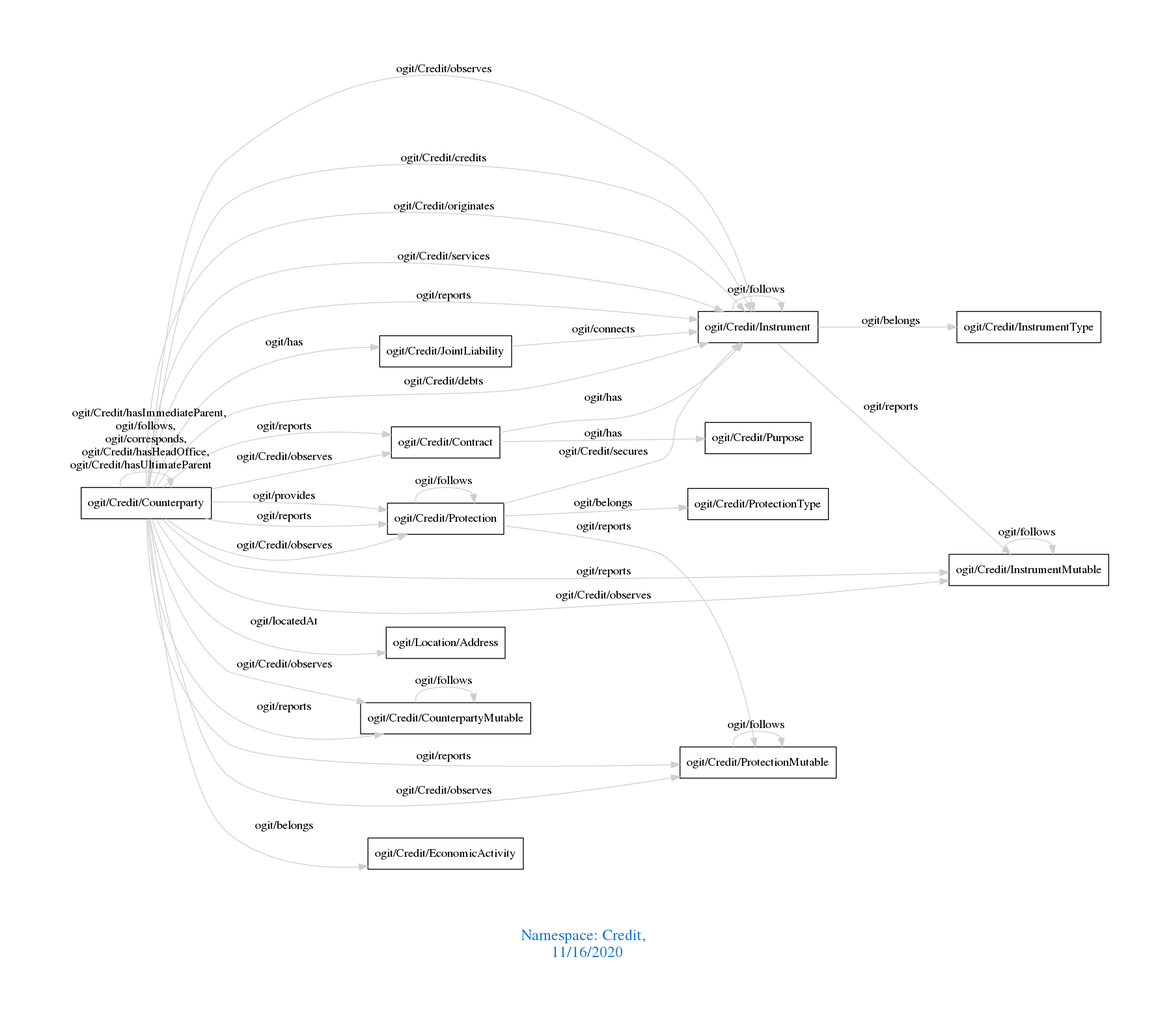
Earlier version of the Graphviz export downloads/Credit.png (arago/OGIT). Its source is kept beside it as downloads/Credit.dot.
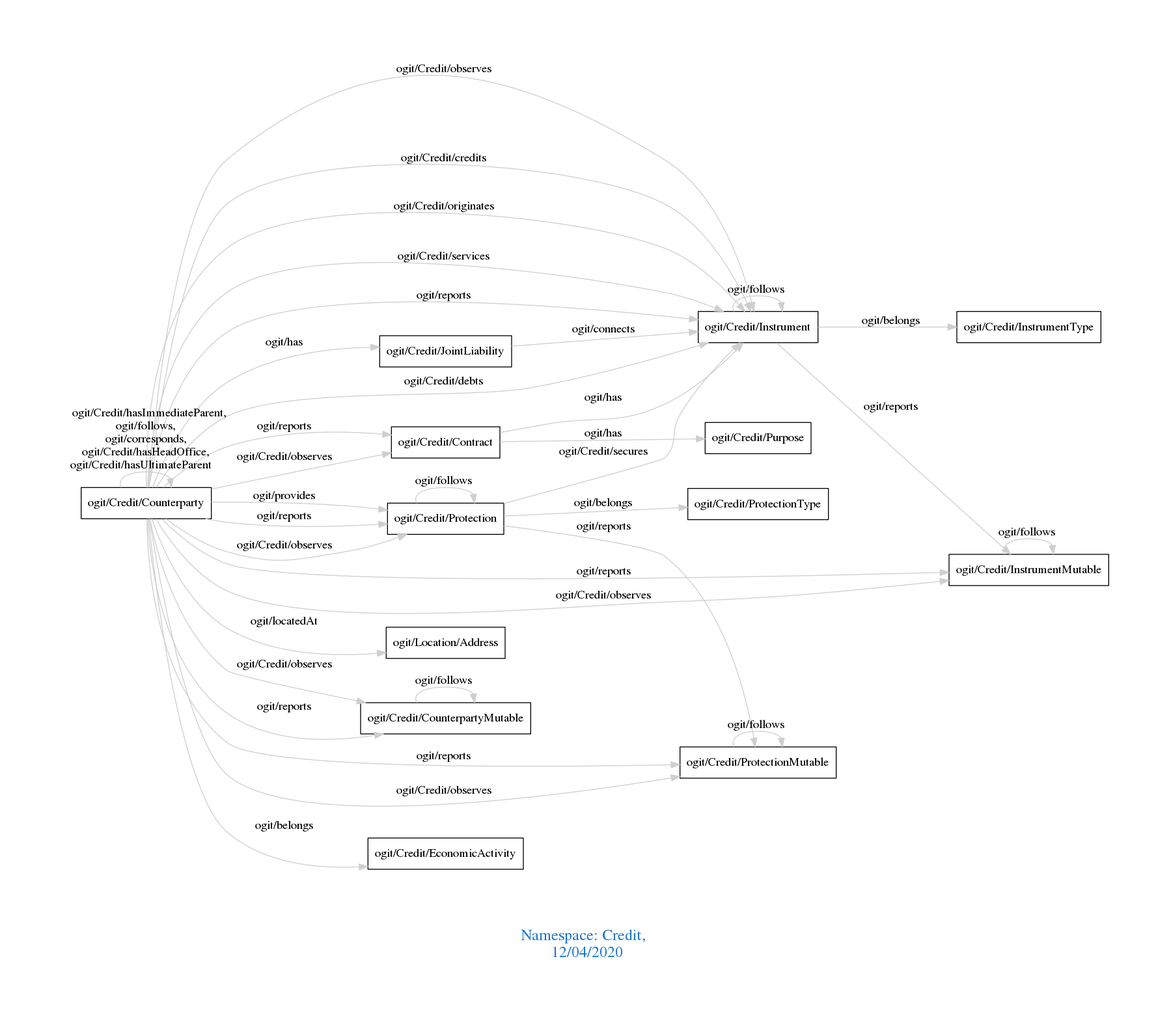
After the commit.

Change to the diagram source:
```diff
@@ -1,7 +1,7 @@
 digraph OGIT_ontology {
  graph [ rankdir= LR,pad=1
 fontsize = 18,
-fontcolor= dodgerblue3,label = "\n\n\nNamespace: Credit, \n 11/16/2020"];
+fontcolor= dodgerblue3,label = "\n\n\nNamespace: Credit, \n 12/04/2020"];
 node[shape=polygon];
 edge [  color="gray81"];
 
```
